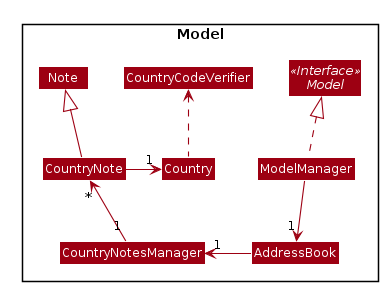
Before: docs/images/CountryClass.png, a diagram exported from PlantUML (tankangliang/tp).
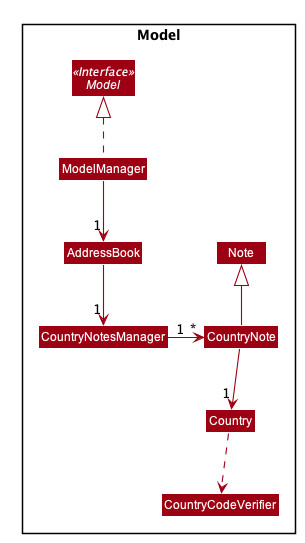
The same diagram one commit later.

Commit message:
Update country note add class diag

Diff of the diagram source:
```diff
@@ -62,12 +62,12 @@
 Class ModelManager
 }
 
-CountryNote -up-|> Note
-CountryNote -r-> "1" Country
-CountryNotesManager "1" -up-> "*" CountryNote
-Country .up.> CountryCodeVerifier
-AddressBook -left-> "1" CountryNotesManager
 ModelManager .up.|> Model
 ModelManager -down-> "1" AddressBook
+AddressBook --> "1" CountryNotesManager
+CountryNotesManager "1" -r-> "*" CountryNote
+CountryNote -up-|> Note
+CountryNote --> "1" Country
+Country ..> CountryCodeVerifier
 
 @enduml
```
